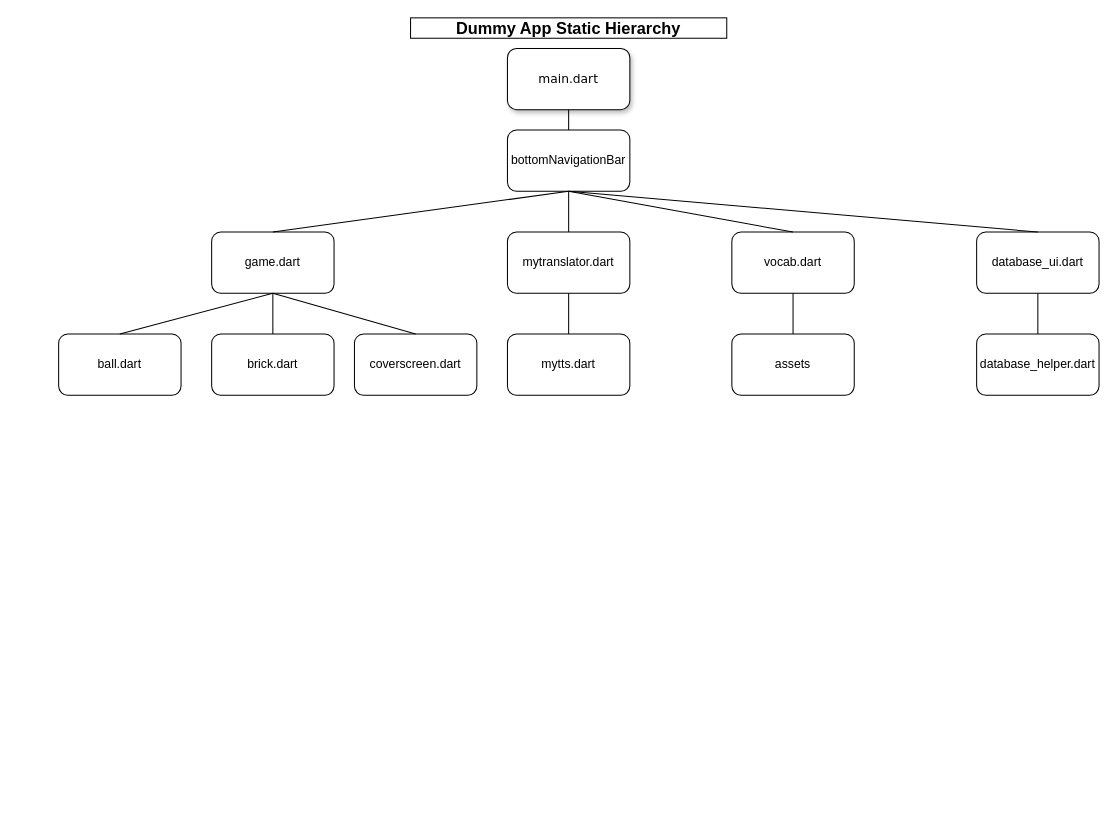
Earlier version of the draw.io diagram dummyapp.drawio (ChaseCodesThings/dummy_app). Source tidied: cells renumbered, new cells numbered last; positions are measured from the earlier drawing's top-left corner, leaving out a move shared by most shapes. Both pictures are drawn from the tidied source at 102%, with x=0, y=0 at pixel (58, 17).
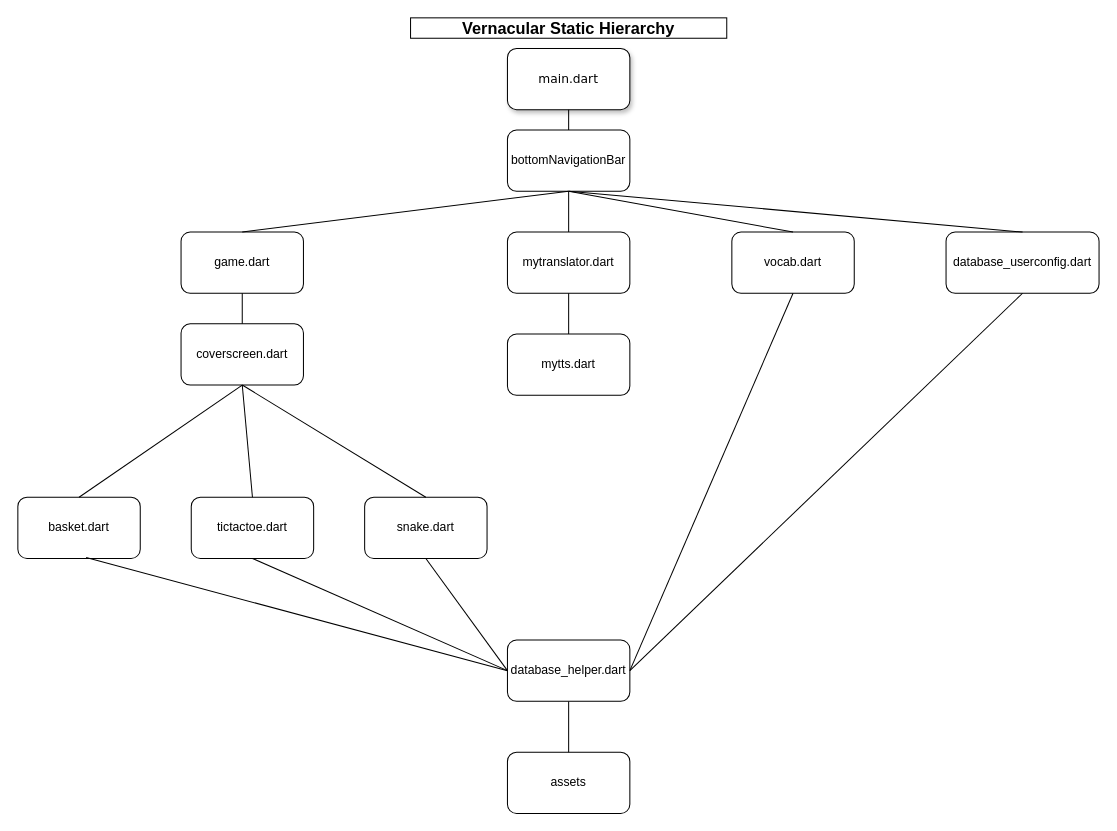
The same diagram, later.

Unchanged cells that the change refers to:
```xml
<mxCell id="17" value="vocab.dart" style="rounded=1;whiteSpace=wrap;html=1;" parent="1" vertex="1">
  <mxGeometry x="660" y="210" width="120" height="60" as="geometry" />
</mxCell>
```

The edit, as a diff of the source:
```diff
@@
     <mxCell id="4" value="game.dart" style="rounded=1;whiteSpace=wrap;html=1;" parent="1" vertex="1">
-      <mxGeometry x="150" y="210" width="120" height="60" as="geometry" />
+      <mxGeometry x="120" y="210" width="120" height="60" as="geometry" />
     </mxCell>
@@
     <mxCell id="7" value="coverscreen.dart" style="rounded=1;whiteSpace=wrap;html=1;" parent="1" vertex="1">
-      <mxGeometry x="290" y="310" width="120" height="60" as="geometry" />
+      <mxGeometry x="120" y="300" width="120" height="60" as="geometry" />
     </mxCell>
-    <mxCell id="8" value="ball.dart" style="rounded=1;whiteSpace=wrap;html=1;" parent="1" vertex="1">
-      <mxGeometry y="310" width="120" height="60" as="geometry" />
+    <mxCell id="8" value="basket.dart" style="rounded=1;whiteSpace=wrap;html=1;" parent="1" vertex="1">
+      <mxGeometry x="-40" y="470" width="120" height="60" as="geometry" />
     </mxCell>
-    <mxCell id="9" value="brick.dart" style="rounded=1;whiteSpace=wrap;html=1;" parent="1" vertex="1">
-      <mxGeometry x="150" y="310" width="120" height="60" as="geometry" />
+    <mxCell id="9" value="tictactoe.dart" style="rounded=1;whiteSpace=wrap;html=1;" parent="1" vertex="1">
+      <mxGeometry x="130" y="470" width="120" height="60" as="geometry" />
     </mxCell>
-    <mxCell id="10" style="endArrow=none;html=1;rounded=0;entryX=0.5;entryY=1;entryDx=0;entryDy=0;exitX=0.5;exitY=0;exitDx=0;exitDy=0;" parent="1" edge="1" source="9" target="4">
-      <mxGeometry relative="1" as="geometry" />
+    <mxCell id="10" style="endArrow=none;html=1;rounded=0;exitX=0.5;exitY=0;exitDx=0;exitDy=0;" parent="1" edge="1" source="9">
+      <mxGeometry relative="1" as="geometry">
+        <mxPoint x="180" y="360" as="targetPoint" />
+      </mxGeometry>
     </mxCell>
@@
-    <mxCell id="12" style="endArrow=none;html=1;rounded=0;entryX=0.5;entryY=1;entryDx=0;entryDy=0;exitX=0.5;exitY=0;exitDx=0;exitDy=0;" parent="1" edge="1" source="8" target="4">
-      <mxGeometry relative="1" as="geometry" />
+    <mxCell id="12" style="endArrow=none;html=1;rounded=0;exitX=0.5;exitY=0;exitDx=0;exitDy=0;" parent="1" edge="1" source="8">
+      <mxGeometry relative="1" as="geometry">
+        <mxPoint x="180" y="360" as="targetPoint" />
+      </mxGeometry>
     </mxCell>
@@
     <mxCell id="18" value="assets" style="rounded=1;whiteSpace=wrap;html=1;" parent="1" vertex="1">
-      <mxGeometry x="660" y="310" width="120" height="60" as="geometry" />
+      <mxGeometry x="440" y="720" width="120" height="60" as="geometry" />
     </mxCell>
-    <mxCell id="19" style="endArrow=none;html=1;rounded=0;entryX=0.5;entryY=1;entryDx=0;entryDy=0;exitX=0.5;exitY=0;exitDx=0;exitDy=0;" parent="1" edge="1" source="18" target="17">
+    <mxCell id="19" style="endArrow=none;html=1;rounded=0;exitX=0.5;exitY=0;exitDx=0;exitDy=0;entryX=0.5;entryY=1;entryDx=0;entryDy=0;" parent="1" edge="1" source="18" target="21">
       <mxGeometry relative="1" as="geometry" />
     </mxCell>
@@
     <mxCell id="21" value="database_helper.dart" style="rounded=1;whiteSpace=wrap;html=1;" parent="1" vertex="1">
-      <mxGeometry x="900" y="310" width="120" height="60" as="geometry" />
+      <mxGeometry x="440" y="610" width="120" height="60" as="geometry" />
     </mxCell>
-    <mxCell id="22" value="database_ui.dart" style="rounded=1;whiteSpace=wrap;html=1;" parent="1" vertex="1">
-      <mxGeometry x="900" y="210" width="120" height="60" as="geometry" />
+    <mxCell id="22" value="database_userconfig.dart" style="rounded=1;whiteSpace=wrap;html=1;" parent="1" vertex="1">
+      <mxGeometry x="870" y="210" width="150" height="60" as="geometry" />
     </mxCell>
@@
-    <mxCell id="24" style="endArrow=none;html=1;rounded=0;exitX=0.5;exitY=1;exitDx=0;exitDy=0;entryX=0.5;entryY=0;entryDx=0;entryDy=0;" parent="1" edge="1" source="22" target="21">
+    <mxCell id="24" style="endArrow=none;html=1;rounded=0;exitX=0.5;exitY=1;exitDx=0;exitDy=0;entryX=1;entryY=0.5;entryDx=0;entryDy=0;" parent="1" edge="1" source="22" target="21">
       <mxGeometry relative="1" as="geometry" />
     </mxCell>
-    <mxCell id="25" value="&lt;font size=&quot;1&quot; style=&quot;&quot;&gt;&lt;b style=&quot;font-size: 16px;&quot;&gt;Dummy App Static Hierarchy&lt;/b&gt;&lt;/font&gt;" style="rounded=0;whiteSpace=wrap;html=1;" parent="1" vertex="1">
+    <mxCell id="25" value="&lt;font size=&quot;1&quot; style=&quot;&quot;&gt;&lt;b style=&quot;font-size: 16px;&quot;&gt;Vernacular Static Hierarchy&lt;/b&gt;&lt;/font&gt;" style="rounded=0;whiteSpace=wrap;html=1;" parent="1" vertex="1">
       <mxGeometry x="345" width="310" height="20" as="geometry" />
     </mxCell>
+    <mxCell id="26" style="endArrow=none;html=1;rounded=0;entryX=1;entryY=0.5;entryDx=0;entryDy=0;exitX=0.5;exitY=1;exitDx=0;exitDy=0;" parent="1" edge="1" source="17" target="21">
+      <mxGeometry relative="1" as="geometry" />
+    </mxCell>
+    <mxCell id="27" style="endArrow=none;html=1;rounded=0;exitX=0;exitY=0.5;exitDx=0;exitDy=0;entryX=0.5;entryY=1;entryDx=0;entryDy=0;" parent="1" edge="1" source="21" target="9">
+      <mxGeometry relative="1" as="geometry" />
+    </mxCell>
+    <mxCell id="28" style="endArrow=none;html=1;rounded=0;exitX=0;exitY=0.5;exitDx=0;exitDy=0;entryX=0.558;entryY=0.986;entryDx=0;entryDy=0;entryPerimeter=0;" parent="1" edge="1" source="21" target="8">
+      <mxGeometry relative="1" as="geometry" />
+    </mxCell>
+    <mxCell id="29" value="snake.dart" style="rounded=1;whiteSpace=wrap;html=1;" parent="1" vertex="1">
+      <mxGeometry x="300" y="470" width="120" height="60" as="geometry" />
+    </mxCell>
+    <mxCell id="30" style="endArrow=none;html=1;rounded=0;entryX=0.5;entryY=1;entryDx=0;entryDy=0;exitX=0.5;exitY=0;exitDx=0;exitDy=0;" parent="1" edge="1" source="29" target="7">
+      <mxGeometry relative="1" as="geometry" />
+    </mxCell>
+    <mxCell id="31" style="endArrow=none;html=1;rounded=0;exitX=0.5;exitY=1;exitDx=0;exitDy=0;" parent="1" edge="1" source="29">
+      <mxGeometry relative="1" as="geometry">
+        <mxPoint x="440" y="640" as="targetPoint" />
+      </mxGeometry>
+    </mxCell>
```
